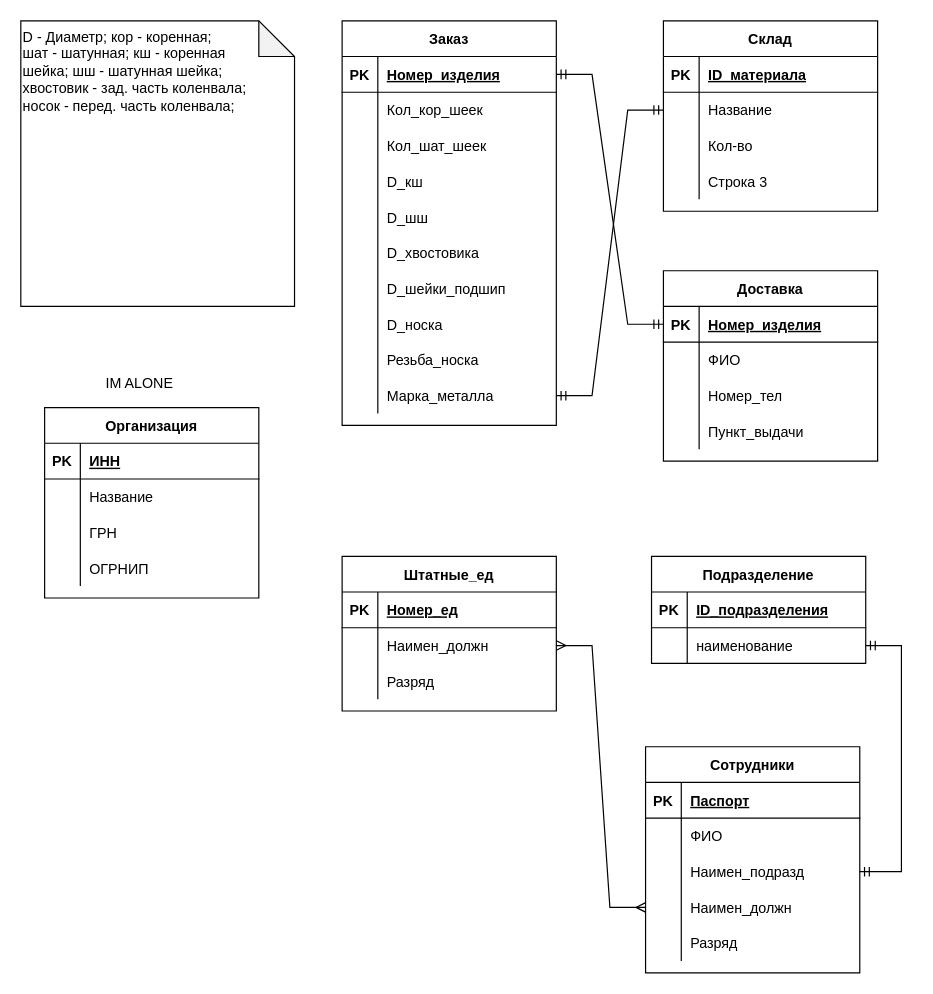
The draw.io diagram db_diagram_0.drawio in UserPotato228/CrankshaftDB, before the edit. Source tidied: cells renumbered, new cells numbered last; positions are measured from the earlier drawing's top-left corner, leaving out a move shared by most shapes. Both pictures are drawn from the tidied source at 119%, with x=0, y=0 at pixel (20, 20).
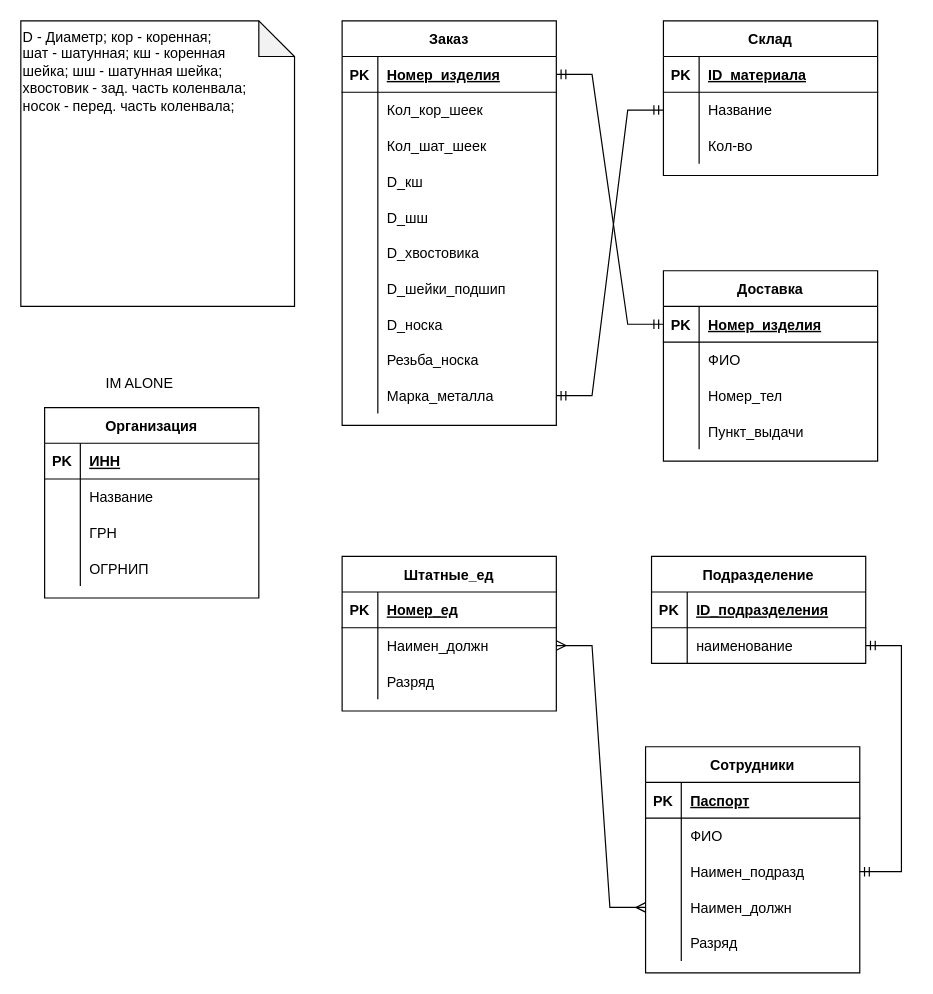
Above is the later version.

Diff of the diagram source:
```diff
@@
     <mxCell id="36" value="Склад" style="shape=table;startSize=30;childLayout=tableLayout;rowLines=0;fontStyle=1;align=center;" parent="1" vertex="1">
-      <mxGeometry x="540" width="180" height="160" as="geometry" />
+      <mxGeometry x="540" width="180" height="130" as="geometry" />
     </mxCell>
@@
-    <mxCell id="46" style="shape=tableRow;horizontal=0;startSize=0;swimlaneHead=0;swimlaneBody=0;fillColor=none;top=0;left=0;right=0;bottom=0;" parent="36" vertex="1">
-      <mxGeometry y="120" width="180" height="30" as="geometry" />
-    </mxCell>
-    <mxCell id="47" style="shape=partialRectangle;fillColor=none;top=0;left=0;bottom=0;right=0;overflow=hidden;" parent="46" vertex="1">
-      <mxGeometry width="30" height="30" as="geometry" />
-    </mxCell>
-    <mxCell id="48" value="Строка 3" style="shape=partialRectangle;fillColor=none;top=0;left=0;bottom=0;right=0;align=left;spacingLeft=6;overflow=hidden;" parent="46" vertex="1">
-      <mxGeometry x="30" width="150" height="30" as="geometry" />
-    </mxCell>
```
